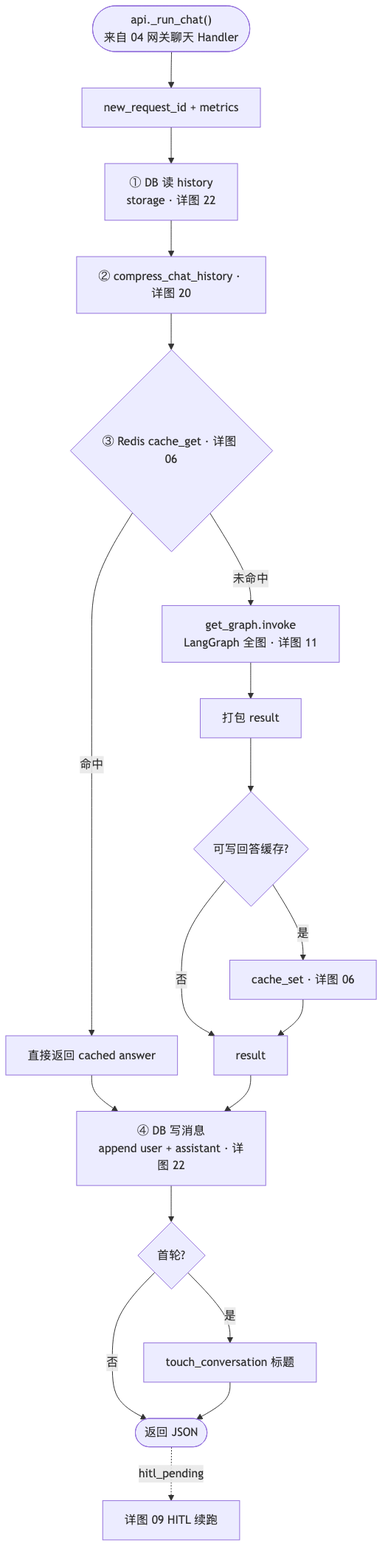
The Mermaid diagram project_00_rag_agent/docs/diagrams/07_ask_sync.png in charlie-chann/ai-agent-langgraph-main, before a commit. Its source is kept beside it as project_00_rag_agent/docs/diagrams/source/07_ask_sync.mmd.
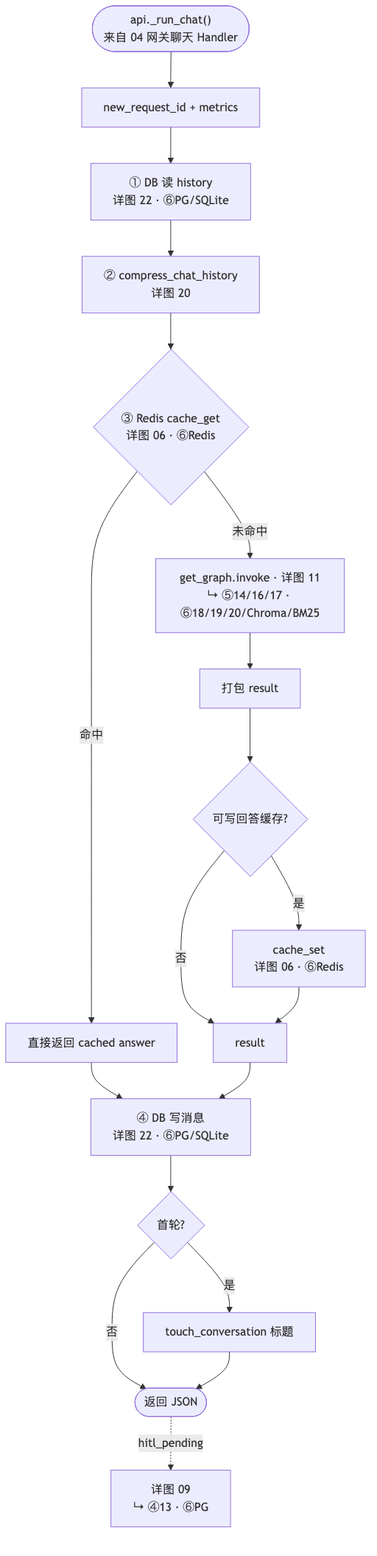
After the change.

What changed in the source:
```diff
@@ -1,24 +1,24 @@
 flowchart TD
     START(["api._run_chat()<br/>来自 04 网关聊天 Handler"]) --> RID[new_request_id + metrics]
-    RID --> LOAD["① DB 读 history<br/>storage · 详图 22"]
-    LOAD --> A1["② compress_chat_history · 详图 20"]
-    A1 --> A2{"③ Redis cache_get · 详图 06"}
+    RID --> LOAD["① DB 读 history<br/>详图 22 · ⑥PG/SQLite"]
+    LOAD --> A1["② compress_chat_history<br/>详图 20"]
+    A1 --> A2{"③ Redis cache_get<br/>详图 06 · ⑥Redis"}
 
     A2 -->|命中| A2H[直接返回 cached answer]
-    A2 -->|未命中| A3["get_graph.invoke<br/>LangGraph 全图 · 详图 11"]
+    A2 -->|未命中| A3["get_graph.invoke · 详图 11<br/>↳ ⑤14/16/17 · ⑥18/19/20/Chroma/BM25"]
 
     A3 --> A4[打包 result]
     A4 --> A5{可写回答缓存?}
-    A5 -->|是| A6[cache_set · 详图 06]
+    A5 -->|是| A6["cache_set<br/>详图 06 · ⑥Redis"]
     A5 -->|否| MERGE[result]
     A6 --> MERGE
 
     A2H --> SAVE
-    MERGE --> SAVE["④ DB 写消息<br/>append user + assistant · 详图 22"]
+    MERGE --> SAVE["④ DB 写消息<br/>详图 22 · ⑥PG/SQLite"]
     SAVE --> TIT{首轮?}
     TIT -->|是| TITLE[touch_conversation 标题]
     TIT -->|否| RETURN
     TITLE --> RETURN([返回 JSON])
 
-    RETURN -.->|hitl_pending| H09[详图 09 HITL 续跑]
+    RETURN -.->|hitl_pending| H09["详图 09<br/>↳ ④13 · ⑥PG"]
 
```
